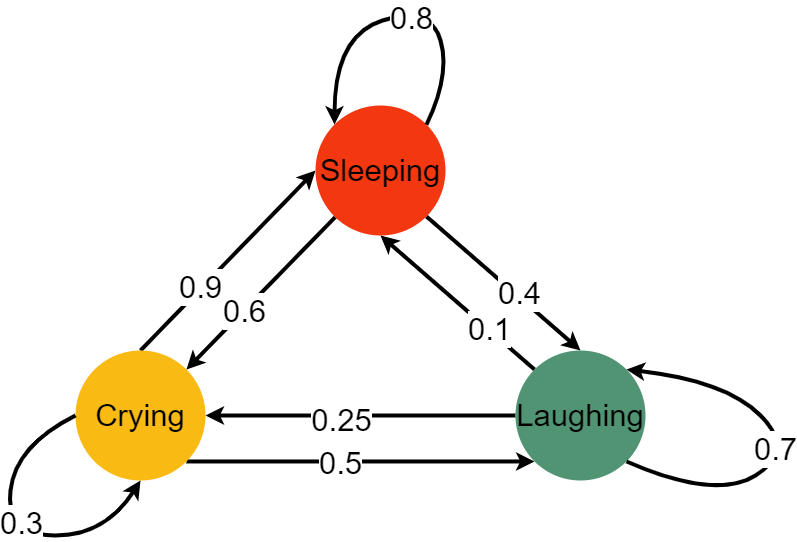
The draw.io diagram MCMC/Markov_Chain.png in Estreuselito/Deus_ex_machina, before a commit. Source tidied: cells renumbered, new cells last; positions are measured from the earlier drawing's top-left corner, leaving out a move shared by most shapes. Source of this version:
```xml
<mxGraphModel>
  <root>
    <mxCell id="0" />
    <mxCell id="1" parent="0" />
    <mxCell id="2" style="rounded=0;jettySize=auto;html=1;entryX=0;entryY=0.5;entryDx=0;entryDy=0;strokeWidth=4;exitX=0.5;exitY=0;exitDx=0;exitDy=0;" parent="1" edge="1" source="6" target="11">
      <mxGeometry relative="1" as="geometry" />
    </mxCell>
    <mxCell id="3" value="&lt;font style=&quot;font-size: 31px&quot;&gt;0.9&lt;/font&gt;" style="edgeLabel;html=1;align=center;verticalAlign=middle;" parent="2" vertex="1">
      <mxGeometry x="-0.3" y="2" relative="1" as="geometry" />
    </mxCell>
    <mxCell id="4" style="edgeStyle=orthogonalEdgeStyle;jettySize=auto;html=1;exitX=1;exitY=1;exitDx=0;exitDy=0;entryX=0;entryY=1;entryDx=0;entryDy=0;strokeWidth=4;rounded=0;" parent="1" edge="1" source="6" target="16">
      <mxGeometry relative="1" as="geometry" />
    </mxCell>
    <mxCell id="5" value="&lt;font style=&quot;font-size: 31px&quot;&gt;0.5&lt;/font&gt;" style="edgeLabel;html=1;align=center;verticalAlign=middle;" parent="4" vertex="1">
      <mxGeometry x="-0.12" y="-1" relative="1" as="geometry">
        <mxPoint x="-1" as="offset" />
      </mxGeometry>
    </mxCell>
    <mxCell id="6" value="&lt;font style=&quot;font-size: 31px&quot;&gt;Crying&lt;/font&gt;" style="ellipse;whiteSpace=wrap;html=1;fillColor=#FABA14;strokeColor=none;" parent="1" vertex="1">
      <mxGeometry x="70" y="345" width="130" height="130" as="geometry" />
    </mxCell>
    <mxCell id="7" style="edgeStyle=none;rounded=0;jettySize=auto;html=1;entryX=1;entryY=0;entryDx=0;entryDy=0;strokeWidth=4;" parent="1" edge="1" source="11" target="6">
      <mxGeometry relative="1" as="geometry" />
    </mxCell>
    <mxCell id="8" value="&lt;font style=&quot;font-size: 31px&quot;&gt;0.6&lt;/font&gt;" style="edgeLabel;html=1;align=center;verticalAlign=middle;" parent="7" vertex="1">
      <mxGeometry x="0.23" relative="1" as="geometry" />
    </mxCell>
    <mxCell id="9" style="edgeStyle=none;rounded=0;jettySize=auto;html=1;exitX=1;exitY=1;exitDx=0;exitDy=0;entryX=0.5;entryY=0;entryDx=0;entryDy=0;strokeWidth=4;" parent="1" edge="1" source="11" target="16">
      <mxGeometry relative="1" as="geometry" />
    </mxCell>
    <mxCell id="10" value="&lt;font style=&quot;font-size: 31px&quot;&gt;0.4&lt;/font&gt;" style="edgeLabel;html=1;align=center;verticalAlign=middle;" parent="9" vertex="1">
      <mxGeometry x="0.18" y="3" relative="1" as="geometry" />
    </mxCell>
    <mxCell id="11" value="&lt;font style=&quot;font-size: 31px&quot;&gt;Sleeping&lt;/font&gt;" style="ellipse;whiteSpace=wrap;html=1;strokeColor=none;fillColor=#F33811;" parent="1" vertex="1">
      <mxGeometry x="310" y="100" width="130" height="130" as="geometry" />
    </mxCell>
    <mxCell id="12" style="edgeStyle=orthogonalEdgeStyle;rounded=0;jettySize=auto;html=1;exitX=0;exitY=0.5;exitDx=0;exitDy=0;entryX=1;entryY=0.5;entryDx=0;entryDy=0;strokeWidth=4;" parent="1" edge="1" source="16" target="6">
      <mxGeometry relative="1" as="geometry" />
    </mxCell>
    <mxCell id="13" value="&lt;font style=&quot;font-size: 31px&quot;&gt;0.25&lt;/font&gt;" style="edgeLabel;html=1;align=center;verticalAlign=middle;" parent="12" vertex="1">
      <mxGeometry x="0.12" y="4" relative="1" as="geometry" />
    </mxCell>
    <mxCell id="14" style="rounded=0;jettySize=auto;html=1;exitX=0;exitY=0;exitDx=0;exitDy=0;entryX=0.5;entryY=1;entryDx=0;entryDy=0;strokeWidth=4;" parent="1" edge="1" source="16" target="11">
      <mxGeometry relative="1" as="geometry" />
    </mxCell>
    <mxCell id="15" value="&lt;font style=&quot;font-size: 31px&quot;&gt;0.1&lt;/font&gt;" style="edgeLabel;html=1;align=center;verticalAlign=middle;" parent="14" vertex="1">
      <mxGeometry x="-0.39" y="-1" relative="1" as="geometry" />
    </mxCell>
    <mxCell id="16" value="&lt;font style=&quot;font-size: 31px&quot;&gt;Laughing&lt;/font&gt;" style="ellipse;whiteSpace=wrap;html=1;strokeColor=none;fillColor=#509473;" parent="1" vertex="1">
      <mxGeometry x="510" y="345" width="130" height="130" as="geometry" />
    </mxCell>
    <mxCell id="17" style="edgeStyle=none;orthogonalLoop=1;jettySize=auto;html=1;strokeWidth=4;entryX=0.5;entryY=1;entryDx=0;entryDy=0;exitX=0;exitY=0.5;exitDx=0;exitDy=0;curved=1;" parent="1" edge="1" source="6" target="6">
      <mxGeometry relative="1" as="geometry">
        <Array as="points">
          <mxPoint x="10" y="440" />
          <mxPoint y="530" />
          <mxPoint x="100" y="530" />
        </Array>
      </mxGeometry>
    </mxCell>
    <mxCell id="18" value="&lt;font style=&quot;font-size: 31px&quot;&gt;0.3&lt;/font&gt;" style="edgeLabel;html=1;align=center;verticalAlign=middle;" parent="17" vertex="1">
      <mxGeometry x="0.08" y="13" relative="1" as="geometry">
        <mxPoint x="-1" as="offset" />
      </mxGeometry>
    </mxCell>
    <mxCell id="19" style="edgeStyle=none;orthogonalLoop=1;jettySize=auto;html=1;strokeWidth=4;entryX=0;entryY=0;entryDx=0;entryDy=0;exitX=1;exitY=0;exitDx=0;exitDy=0;curved=1;" parent="1" edge="1" source="11" target="11">
      <mxGeometry relative="1" as="geometry">
        <Array as="points">
          <mxPoint x="445" y="70" />
          <mxPoint x="425" />
          <mxPoint x="329" y="30" />
        </Array>
      </mxGeometry>
    </mxCell>
    <mxCell id="20" value="&lt;font style=&quot;font-size: 31px&quot;&gt;0.8&lt;/font&gt;" style="edgeLabel;html=1;align=center;verticalAlign=middle;" parent="19" vertex="1">
      <mxGeometry x="-0.05" y="6" relative="1" as="geometry" />
    </mxCell>
    <mxCell id="21" style="edgeStyle=none;orthogonalLoop=1;jettySize=auto;html=1;strokeWidth=4;entryX=1;entryY=0;entryDx=0;entryDy=0;exitX=1;exitY=1;exitDx=0;exitDy=0;curved=1;" parent="1" edge="1" source="16" target="16">
      <mxGeometry relative="1" as="geometry">
        <Array as="points">
          <mxPoint x="710" y="495" />
          <mxPoint x="790" y="445" />
          <mxPoint x="720" y="375" />
        </Array>
      </mxGeometry>
    </mxCell>
    <mxCell id="22" value="&lt;font style=&quot;font-size: 31px&quot;&gt;0.7&lt;/font&gt;" style="edgeLabel;html=1;align=center;verticalAlign=middle;" parent="21" vertex="1">
      <mxGeometry x="-0.1" y="13" relative="1" as="geometry">
        <mxPoint x="1" as="offset" />
      </mxGeometry>
    </mxCell>
  </root>
</mxGraphModel>
```
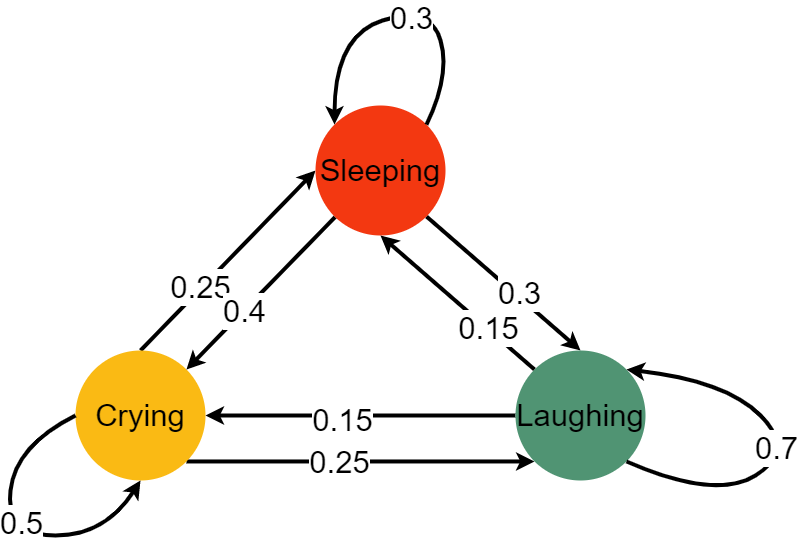
The same file after the commit.

Commit message:
changed the markov chain probabilites

Change to the diagram source:
```diff
@@ -5,13 +5,13 @@
     <mxCell id="2" style="rounded=0;jettySize=auto;html=1;entryX=0;entryY=0.5;entryDx=0;entryDy=0;strokeWidth=4;exitX=0.5;exitY=0;exitDx=0;exitDy=0;" parent="1" edge="1" source="6" target="11">
       <mxGeometry relative="1" as="geometry" />
     </mxCell>
-    <mxCell id="3" value="&lt;font style=&quot;font-size: 31px&quot;&gt;0.9&lt;/font&gt;" style="edgeLabel;html=1;align=center;verticalAlign=middle;" parent="2" vertex="1">
+    <mxCell id="3" value="&lt;font style=&quot;font-size: 31px&quot;&gt;0.25&lt;/font&gt;" style="edgeLabel;html=1;align=center;verticalAlign=middle;" parent="2" vertex="1">
       <mxGeometry x="-0.3" y="2" relative="1" as="geometry" />
     </mxCell>
     <mxCell id="4" style="edgeStyle=orthogonalEdgeStyle;jettySize=auto;html=1;exitX=1;exitY=1;exitDx=0;exitDy=0;entryX=0;entryY=1;entryDx=0;entryDy=0;strokeWidth=4;rounded=0;" parent="1" edge="1" source="6" target="16">
       <mxGeometry relative="1" as="geometry" />
     </mxCell>
-    <mxCell id="5" value="&lt;font style=&quot;font-size: 31px&quot;&gt;0.5&lt;/font&gt;" style="edgeLabel;html=1;align=center;verticalAlign=middle;" parent="4" vertex="1">
+    <mxCell id="5" value="&lt;font style=&quot;font-size: 31px&quot;&gt;0.25&lt;/font&gt;" style="edgeLabel;html=1;align=center;verticalAlign=middle;" parent="4" vertex="1">
       <mxGeometry x="-0.12" y="-1" relative="1" as="geometry">
         <mxPoint x="-1" as="offset" />
       </mxGeometry>
@@ -22,13 +22,13 @@
     <mxCell id="7" style="edgeStyle=none;rounded=0;jettySize=auto;html=1;entryX=1;entryY=0;entryDx=0;entryDy=0;strokeWidth=4;" parent="1" edge="1" source="11" target="6">
       <mxGeometry relative="1" as="geometry" />
     </mxCell>
-    <mxCell id="8" value="&lt;font style=&quot;font-size: 31px&quot;&gt;0.6&lt;/font&gt;" style="edgeLabel;html=1;align=center;verticalAlign=middle;" parent="7" vertex="1">
+    <mxCell id="8" value="&lt;font style=&quot;font-size: 31px&quot;&gt;0.4&lt;/font&gt;" style="edgeLabel;html=1;align=center;verticalAlign=middle;" parent="7" vertex="1">
       <mxGeometry x="0.23" relative="1" as="geometry" />
     </mxCell>
     <mxCell id="9" style="edgeStyle=none;rounded=0;jettySize=auto;html=1;exitX=1;exitY=1;exitDx=0;exitDy=0;entryX=0.5;entryY=0;entryDx=0;entryDy=0;strokeWidth=4;" parent="1" edge="1" source="11" target="16">
       <mxGeometry relative="1" as="geometry" />
     </mxCell>
-    <mxCell id="10" value="&lt;font style=&quot;font-size: 31px&quot;&gt;0.4&lt;/font&gt;" style="edgeLabel;html=1;align=center;verticalAlign=middle;" parent="9" vertex="1">
+    <mxCell id="10" value="&lt;font style=&quot;font-size: 31px&quot;&gt;0.3&lt;/font&gt;" style="edgeLabel;html=1;align=center;verticalAlign=middle;" parent="9" vertex="1">
       <mxGeometry x="0.18" y="3" relative="1" as="geometry" />
     </mxCell>
     <mxCell id="11" value="&lt;font style=&quot;font-size: 31px&quot;&gt;Sleeping&lt;/font&gt;" style="ellipse;whiteSpace=wrap;html=1;strokeColor=none;fillColor=#F33811;" parent="1" vertex="1">
@@ -37,13 +37,13 @@
     <mxCell id="12" style="edgeStyle=orthogonalEdgeStyle;rounded=0;jettySize=auto;html=1;exitX=0;exitY=0.5;exitDx=0;exitDy=0;entryX=1;entryY=0.5;entryDx=0;entryDy=0;strokeWidth=4;" parent="1" edge="1" source="16" target="6">
       <mxGeometry relative="1" as="geometry" />
     </mxCell>
-    <mxCell id="13" value="&lt;font style=&quot;font-size: 31px&quot;&gt;0.25&lt;/font&gt;" style="edgeLabel;html=1;align=center;verticalAlign=middle;" parent="12" vertex="1">
+    <mxCell id="13" value="&lt;font style=&quot;font-size: 31px&quot;&gt;0.15&lt;/font&gt;" style="edgeLabel;html=1;align=center;verticalAlign=middle;" parent="12" vertex="1">
       <mxGeometry x="0.12" y="4" relative="1" as="geometry" />
     </mxCell>
     <mxCell id="14" style="rounded=0;jettySize=auto;html=1;exitX=0;exitY=0;exitDx=0;exitDy=0;entryX=0.5;entryY=1;entryDx=0;entryDy=0;strokeWidth=4;" parent="1" edge="1" source="16" target="11">
       <mxGeometry relative="1" as="geometry" />
     </mxCell>
-    <mxCell id="15" value="&lt;font style=&quot;font-size: 31px&quot;&gt;0.1&lt;/font&gt;" style="edgeLabel;html=1;align=center;verticalAlign=middle;" parent="14" vertex="1">
+    <mxCell id="15" value="&lt;font style=&quot;font-size: 31px&quot;&gt;0.15&lt;/font&gt;" style="edgeLabel;html=1;align=center;verticalAlign=middle;" parent="14" vertex="1">
       <mxGeometry x="-0.39" y="-1" relative="1" as="geometry" />
     </mxCell>
     <mxCell id="16" value="&lt;font style=&quot;font-size: 31px&quot;&gt;Laughing&lt;/font&gt;" style="ellipse;whiteSpace=wrap;html=1;strokeColor=none;fillColor=#509473;" parent="1" vertex="1">
@@ -58,7 +58,7 @@
         </Array>
       </mxGeometry>
     </mxCell>
-    <mxCell id="18" value="&lt;font style=&quot;font-size: 31px&quot;&gt;0.3&lt;/font&gt;" style="edgeLabel;html=1;align=center;verticalAlign=middle;" parent="17" vertex="1">
+    <mxCell id="18" value="&lt;font style=&quot;font-size: 31px&quot;&gt;0.5&lt;/font&gt;" style="edgeLabel;html=1;align=center;verticalAlign=middle;" parent="17" vertex="1">
       <mxGeometry x="0.08" y="13" relative="1" as="geometry">
         <mxPoint x="-1" as="offset" />
       </mxGeometry>
@@ -72,7 +72,7 @@
         </Array>
       </mxGeometry>
     </mxCell>
-    <mxCell id="20" value="&lt;font style=&quot;font-size: 31px&quot;&gt;0.8&lt;/font&gt;" style="edgeLabel;html=1;align=center;verticalAlign=middle;" parent="19" vertex="1">
+    <mxCell id="20" value="&lt;font style=&quot;font-size: 31px&quot;&gt;0.3&lt;/font&gt;" style="edgeLabel;html=1;align=center;verticalAlign=middle;" parent="19" vertex="1">
       <mxGeometry x="-0.05" y="6" relative="1" as="geometry" />
     </mxCell>
     <mxCell id="21" style="edgeStyle=none;orthogonalLoop=1;jettySize=auto;html=1;strokeWidth=4;entryX=1;entryY=0;entryDx=0;entryDy=0;exitX=1;exitY=1;exitDx=0;exitDy=0;curved=1;" parent="1" edge="1" source="16" target="16">
```
